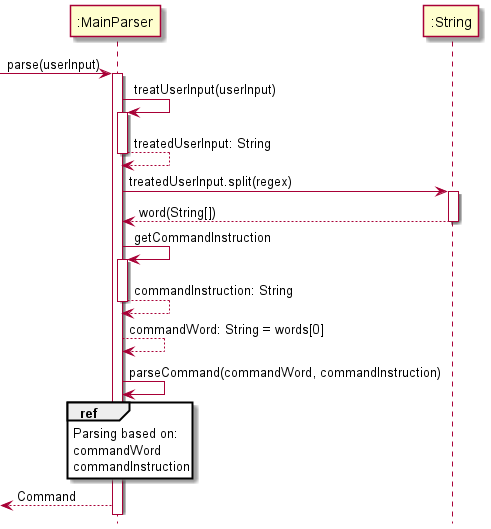
Earlier version of the PlantUML export docs/Diagram Images/Design Diagram Images/MainParserSequenceDiagram.png (nus-cs2113-AY2122S1/tp).
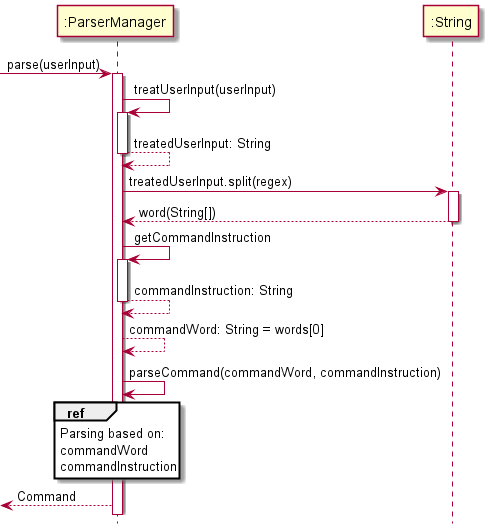
Later version of the same file.

Change to the diagram source:
```diff
@@ -1,28 +1,28 @@
 @startuml
 !include Style.puml
 
--> ":MainParser": parse(userInput)
-activate ":MainParser"
+-> ":ParserManager": parse(userInput)
+activate ":ParserManager"
 
-":MainParser" -> ":MainParser":treatUserInput(userInput)
-activate ":MainParser"
-":MainParser" --> ":MainParser": treatedUserInput: String
-deactivate ":MainParser"
+":ParserManager" -> ":ParserManager":treatUserInput(userInput)
+activate ":ParserManager"
+":ParserManager" --> ":ParserManager": treatedUserInput: String
+deactivate ":ParserManager"
 
-":MainParser" -> ":String": treatedUserInput.split(regex)
+":ParserManager" -> ":String": treatedUserInput.split(regex)
 activate ":String"
-":String" --> ":MainParser": word(String[])
+":String" --> ":ParserManager": word(String[])
 deactivate ":String"
 
-":MainParser" -> ":MainParser": getCommandInstruction
-activate ":MainParser"
-":MainParser" --> ":MainParser": commandInstruction: String
-deactivate ":MainParser"
-":MainParser" --> ":MainParser": commandWord: String = words[0]
+":ParserManager" -> ":ParserManager": getCommandInstruction
+activate ":ParserManager"
+":ParserManager" --> ":ParserManager": commandInstruction: String
+deactivate ":ParserManager"
+":ParserManager" --> ":ParserManager": commandWord: String = words[0]
 
-":MainParser" -> ":MainParser": parseCommand(commandWord, commandInstruction)
+":ParserManager" -> ":ParserManager": parseCommand(commandWord, commandInstruction)
 
-ref over ":MainParser": Parsing based on: \ncommandWord\ncommandInstruction
-<--":MainParser": Command
+ref over ":ParserManager": Parsing based on: \ncommandWord\ncommandInstruction
+<--":ParserManager": Command
 
 @enduml
```
